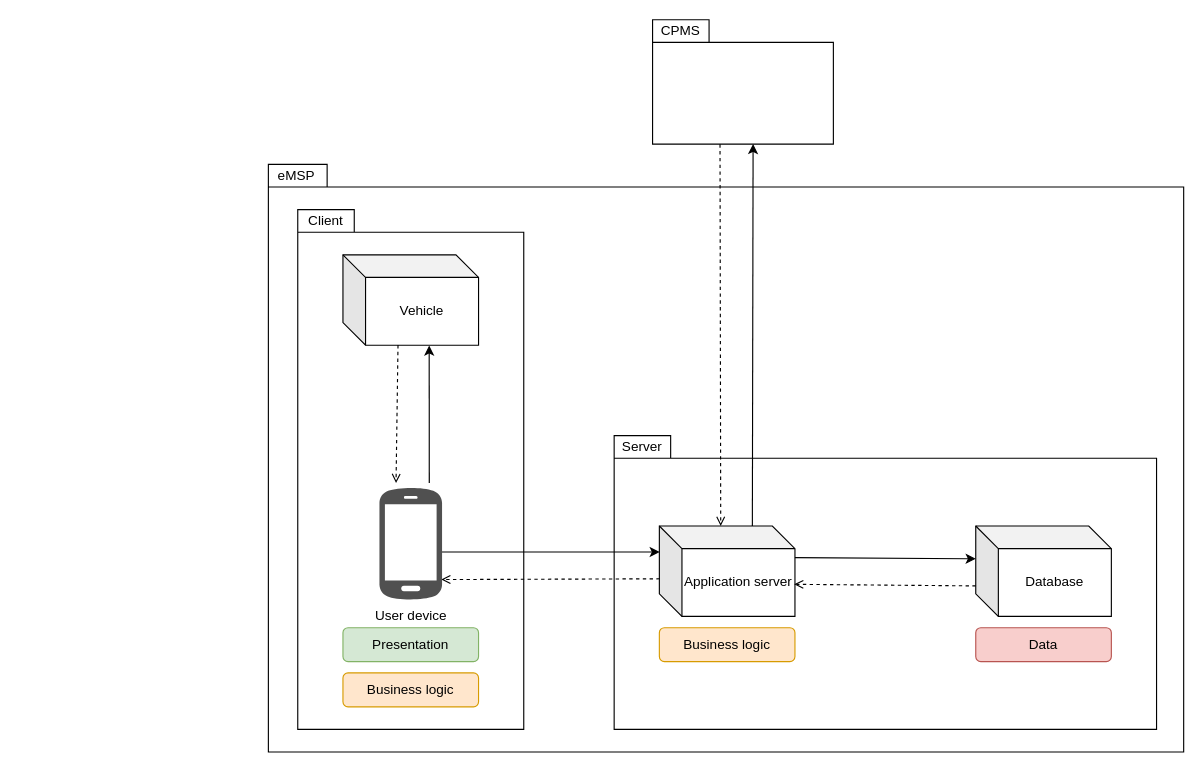
federico-mandelli/CoriglianoMandelliPignataro keeps this draw.io diagram as page "eMSP" (1 of 3) of DD/Graphics/DD-overview.drawio. Above is the earlier version. Source tidied: cells renumbered, new cells numbered last; positions are measured from the earlier drawing's top-left corner, leaving out a move shared by most shapes. Both pictures are drawn from the tidied source at 113%, with x=0, y=0 at pixel (268, 19).
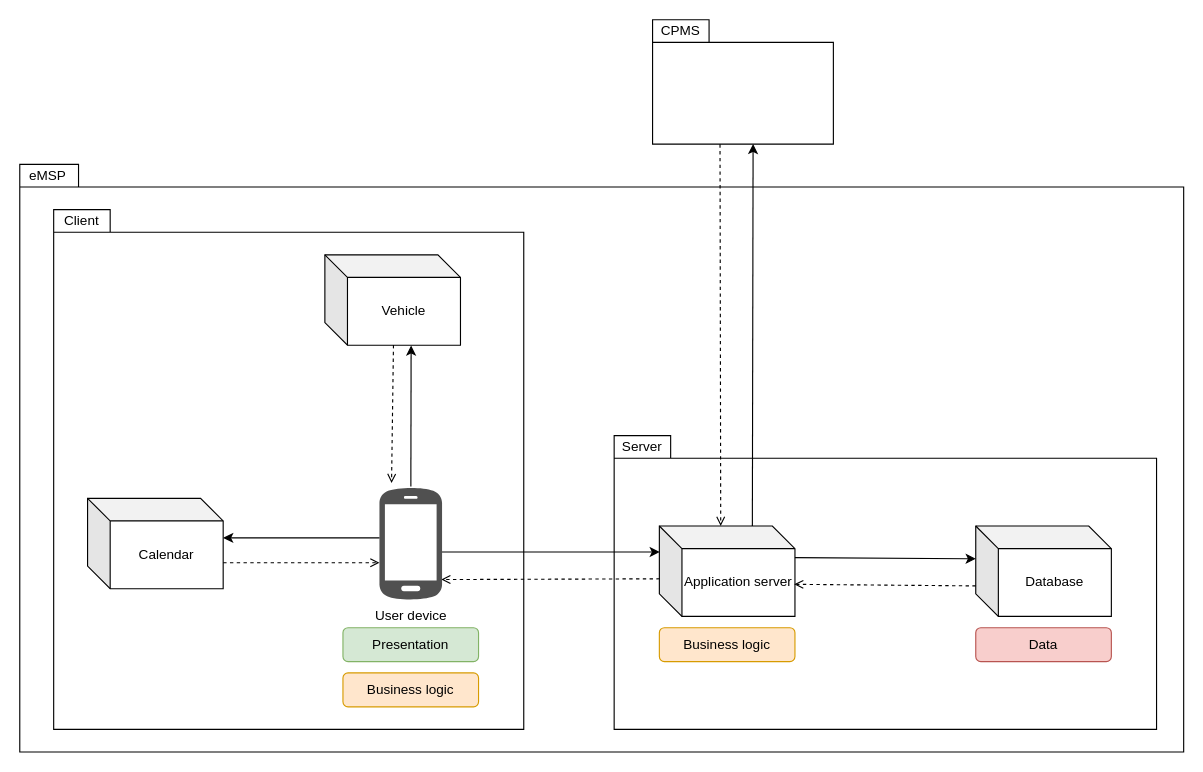
The same diagram, later.

Unchanged cells that the change refers to:
```xml
<mxCell id="25" value="User device" style="sketch=0;shadow=0;dashed=0;html=1;strokeColor=none;fillColor=#505050;labelPosition=center;verticalLabelPosition=bottom;verticalAlign=top;outlineConnect=0;align=center;shape=mxgraph.office.devices.cell_phone_android_proportional;" parent="1" vertex="1">
  <mxGeometry x="98.3" y="413" width="55.4" height="101" as="geometry" />
</mxCell>
```

Change to the diagram source:
```diff
@@
     <mxCell id="2" style="shape=folder;fontStyle=1;spacingTop=10;tabWidth=50;tabHeight=20;tabPosition=left;html=1;" parent="1" vertex="1">
-      <mxGeometry y="128" width="810" height="520" as="geometry" />
+      <mxGeometry x="-220" y="128" width="1030" height="520" as="geometry" />
     </mxCell>
@@
     <mxCell id="4" style="shape=folder;fontStyle=1;spacingTop=10;tabWidth=50;tabHeight=20;tabPosition=left;html=1;" parent="1" vertex="1">
-      <mxGeometry x="26" y="168" width="200" height="460" as="geometry" />
+      <mxGeometry x="-190" y="168" width="416" height="460" as="geometry" />
     </mxCell>
@@
     <mxCell id="7" value="Vehicle" style="shape=cube;whiteSpace=wrap;html=1;boundedLbl=1;backgroundOutline=1;darkOpacity=0.05;darkOpacity2=0.1;" parent="1" vertex="1">
-      <mxGeometry x="66" y="208" width="120" height="80" as="geometry" />
+      <mxGeometry x="50" y="208" width="120" height="80" as="geometry" />
     </mxCell>
@@
-    <mxCell id="10" style="endArrow=open;html=1;rounded=0;endFill=0;dashed=1;entryX=0.265;entryY=-0.03;entryDx=0;entryDy=0;entryPerimeter=0;exitX=0.406;exitY=0.998;exitDx=0;exitDy=0;exitPerimeter=0;" parent="1" edge="1" source="7" target="25">
-      <mxGeometry relative="1" as="geometry" />
+    <mxCell id="10" style="endArrow=open;html=1;rounded=0;endFill=0;dashed=1;entryX=0.265;entryY=-0.03;entryDx=0;entryDy=0;entryPerimeter=0;exitX=0.406;exitY=0.998;exitDx=0;exitDy=0;exitPerimeter=0;" parent="1" edge="1">
+      <mxGeometry relative="1" as="geometry">
+        <mxPoint x="110.7" y="287.8" as="sourcePoint" />
+        <mxPoint x="109" y="410" as="targetPoint" />
+      </mxGeometry>
     </mxCell>
@@
-    <mxCell id="13" style="endArrow=classic;html=1;rounded=0;entryX=0.636;entryY=1.004;entryDx=0;entryDy=0;entryPerimeter=0;exitX=0.582;exitY=0.526;exitDx=0;exitDy=0;exitPerimeter=0;" parent="1" edge="1" source="4" target="7">
+    <mxCell id="13" style="endArrow=classic;html=1;rounded=0;entryX=0.636;entryY=1.004;entryDx=0;entryDy=0;entryPerimeter=0;" parent="1" edge="1" source="25" target="7">
       <mxGeometry relative="1" as="geometry" />
     </mxCell>
@@
     <mxCell id="18" value="Client" style="text;html=1;strokeColor=none;fillColor=none;align=center;verticalAlign=middle;whiteSpace=wrap;rounded=0;" parent="1" vertex="1">
-      <mxGeometry x="26" y="168" width="50" height="20" as="geometry" />
+      <mxGeometry x="-190" y="168" width="50" height="20" as="geometry" />
     </mxCell>
@@
     <mxCell id="20" value="eMSP" style="text;html=1;strokeColor=none;fillColor=none;align=center;verticalAlign=middle;whiteSpace=wrap;rounded=0;" parent="1" vertex="1">
-      <mxGeometry y="128" width="50" height="20" as="geometry" />
+      <mxGeometry x="-220" y="128" width="50" height="20" as="geometry" />
     </mxCell>
@@
+    <mxCell id="26" value="Calendar" style="shape=cube;whiteSpace=wrap;html=1;boundedLbl=1;backgroundOutline=1;darkOpacity=0.05;darkOpacity2=0.1;" parent="1" vertex="1">
+      <mxGeometry x="-160" y="423.5" width="120" height="80" as="geometry" />
+    </mxCell>
+    <mxCell id="27" style="endArrow=classic;html=1;rounded=0;" parent="1" edge="1">
+      <mxGeometry relative="1" as="geometry">
+        <mxPoint x="98.3" y="458.5" as="sourcePoint" />
+        <mxPoint x="-40" y="458.5" as="targetPoint" />
+      </mxGeometry>
+    </mxCell>
+    <mxCell id="28" style="endArrow=open;html=1;rounded=0;endFill=0;dashed=1;" parent="1" edge="1">
+      <mxGeometry relative="1" as="geometry">
+        <mxPoint x="-40" y="480.5" as="sourcePoint" />
+        <mxPoint x="98.3" y="480.5" as="targetPoint" />
+      </mxGeometry>
+    </mxCell>
```
